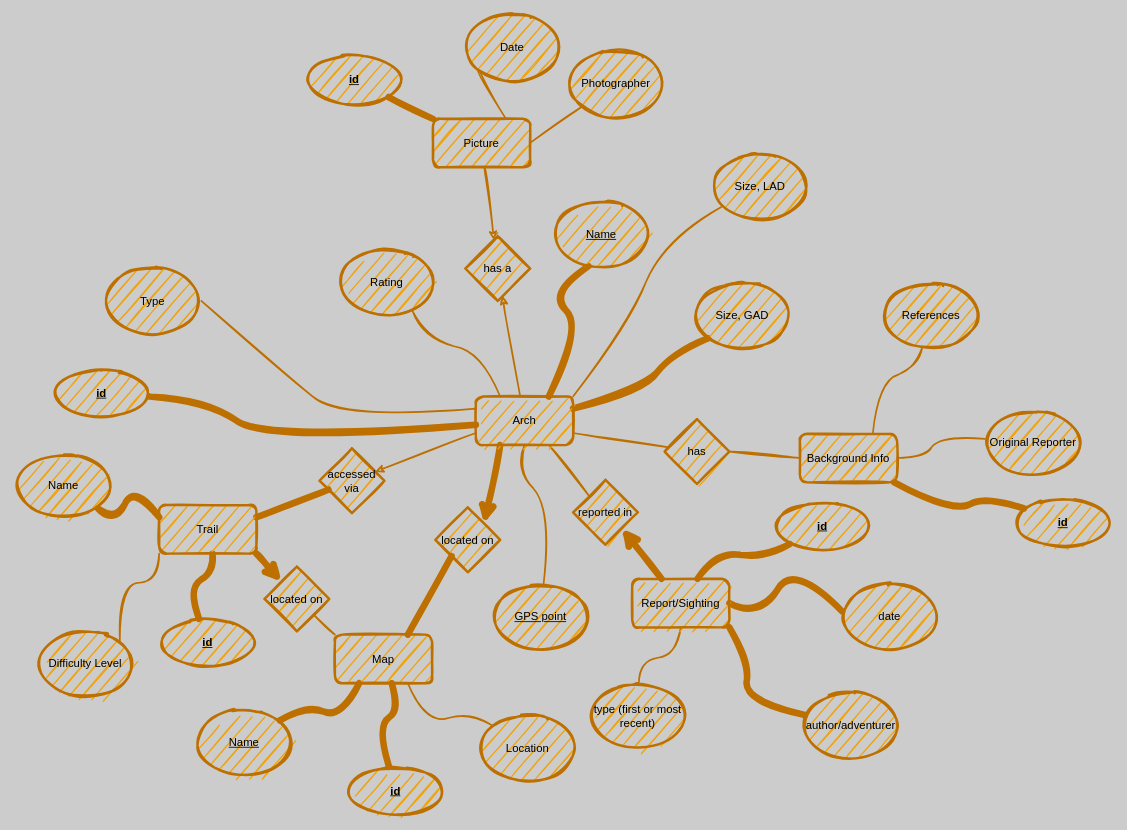
Before: arches.drawio in Sheilabob/ArchesSQL, a draw.io diagram. Source tidied: cells renumbered, new cells numbered last; positions are measured from the earlier drawing's top-left corner, leaving out a move shared by most shapes. Both pictures are drawn from the tidied source at 81%, with x=0, y=0 at pixel (15, 15).
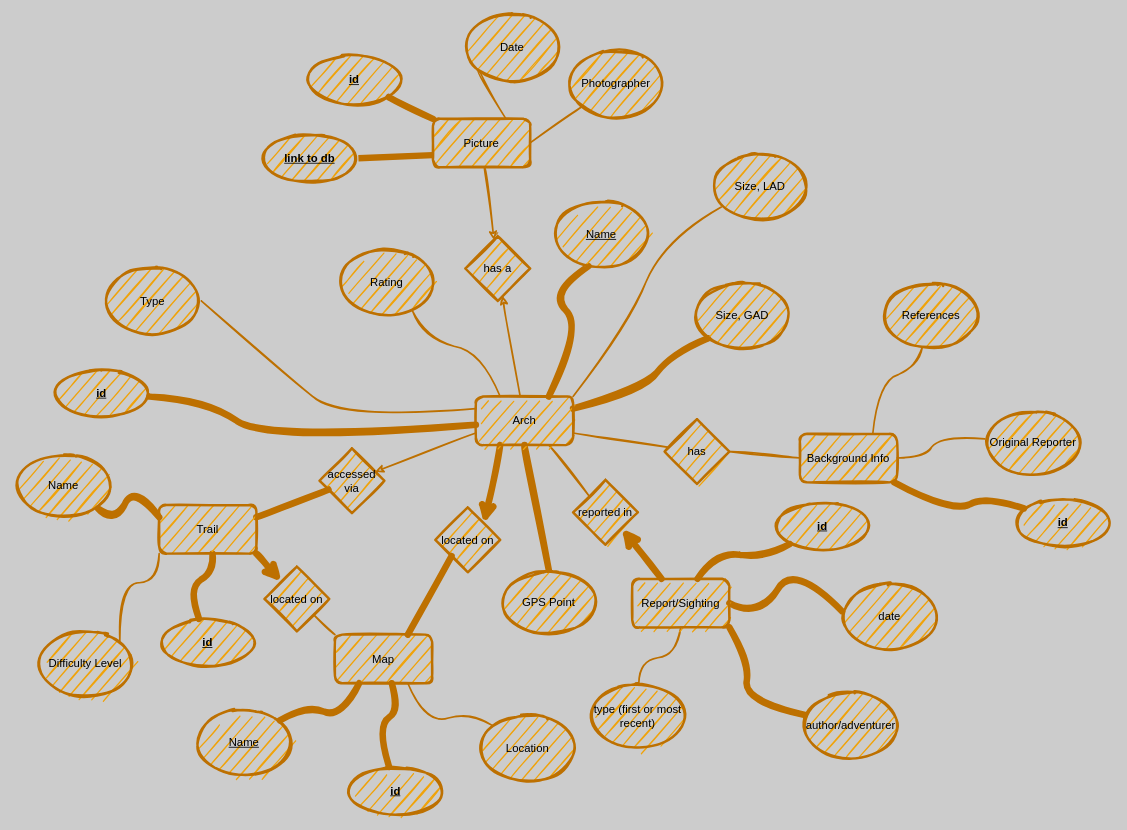
The same page after the edit.

The change refers to these unchanged cells:
```xml
<mxCell id="13" value="Arch" style="rounded=1;whiteSpace=wrap;html=1;fillColor=#f0a30a;strokeColor=#BD7000;strokeWidth=3;comic=0;sketch=1;fontSize=14;fontColor=#000000;" parent="1" vertex="1">
  <mxGeometry x="569" y="471" width="120" height="60" as="geometry" />
</mxCell>
<mxCell id="65" value="Picture" style="rounded=1;whiteSpace=wrap;html=1;fillColor=#f0a30a;strokeColor=#BD7000;strokeWidth=3;comic=0;sketch=1;fontSize=14;fontColor=#000000;" parent="1" vertex="1">
  <mxGeometry x="516" y="128" width="120" height="60" as="geometry" />
</mxCell>
```

Change to the diagram source:
```diff
@@
-    <mxCell id="6" style="edgeStyle=none;html=1;exitX=0.5;exitY=1;exitDx=0;exitDy=0;fillColor=#f0a30a;strokeColor=#BD7000;strokeWidth=2;comic=0;sketch=1;fontSize=14;fontColor=#000000;endArrow=none;endFill=0;curved=1;" parent="1" edge="1" source="13" target="47">
-      <mxGeometry relative="1" as="geometry">
-        <Array as="points">
-          <mxPoint x="619" y="561" />
-          <mxPoint x="661" y="608" />
-        </Array>
-      </mxGeometry>
-    </mxCell>
@@
+    <mxCell id="72" style="edgeStyle=none;curved=1;comic=0;sketch=1;html=1;exitX=0.5;exitY=1;exitDx=0;exitDy=0;entryX=0.5;entryY=0;entryDx=0;entryDy=0;fontSize=14;fontColor=#000000;startArrow=none;startFill=0;endArrow=none;endFill=0;strokeColor=#BD7000;strokeWidth=8;" parent="1" edge="1" source="13" target="73">
+      <mxGeometry relative="1" as="geometry" />
+    </mxCell>
@@
-    <mxCell id="47" value="&lt;u&gt;GPS point&lt;/u&gt;" style="ellipse;whiteSpace=wrap;html=1;fillColor=#f0a30a;strokeColor=#BD7000;strokeWidth=3;comic=0;sketch=1;fontSize=14;fontColor=#000000;" parent="1" vertex="1">
-      <mxGeometry x="589" y="703" width="120" height="80" as="geometry" />
-    </mxCell>
@@
+    <mxCell id="73" value="GPS Point" style="ellipse;whiteSpace=wrap;html=1;fillColor=#f0a30a;strokeColor=#BD7000;strokeWidth=3;comic=0;sketch=1;fontSize=14;fontColor=#000000;" parent="1" vertex="1">
+      <mxGeometry x="599" y="685" width="120" height="80" as="geometry" />
+    </mxCell>
+    <mxCell id="74" style="edgeStyle=none;html=1;exitX=1;exitY=0.5;exitDx=0;exitDy=0;entryX=0;entryY=0.75;entryDx=0;entryDy=0;strokeColor=#BD7000;strokeWidth=8;endArrow=none;endFill=0;" parent="1" edge="1" source="75" target="65">
+      <mxGeometry relative="1" as="geometry" />
+    </mxCell>
+    <mxCell id="75" value="&lt;u&gt;&lt;b&gt;link to db&lt;/b&gt;&lt;/u&gt;" style="ellipse;whiteSpace=wrap;html=1;fontSize=14;fillColor=#f0a30a;strokeColor=#BD7000;fontColor=#000000;rounded=1;strokeWidth=3;comic=0;sketch=1;" parent="1" vertex="1">
+      <mxGeometry x="304" y="147" width="120" height="60" as="geometry" />
+    </mxCell>
```
